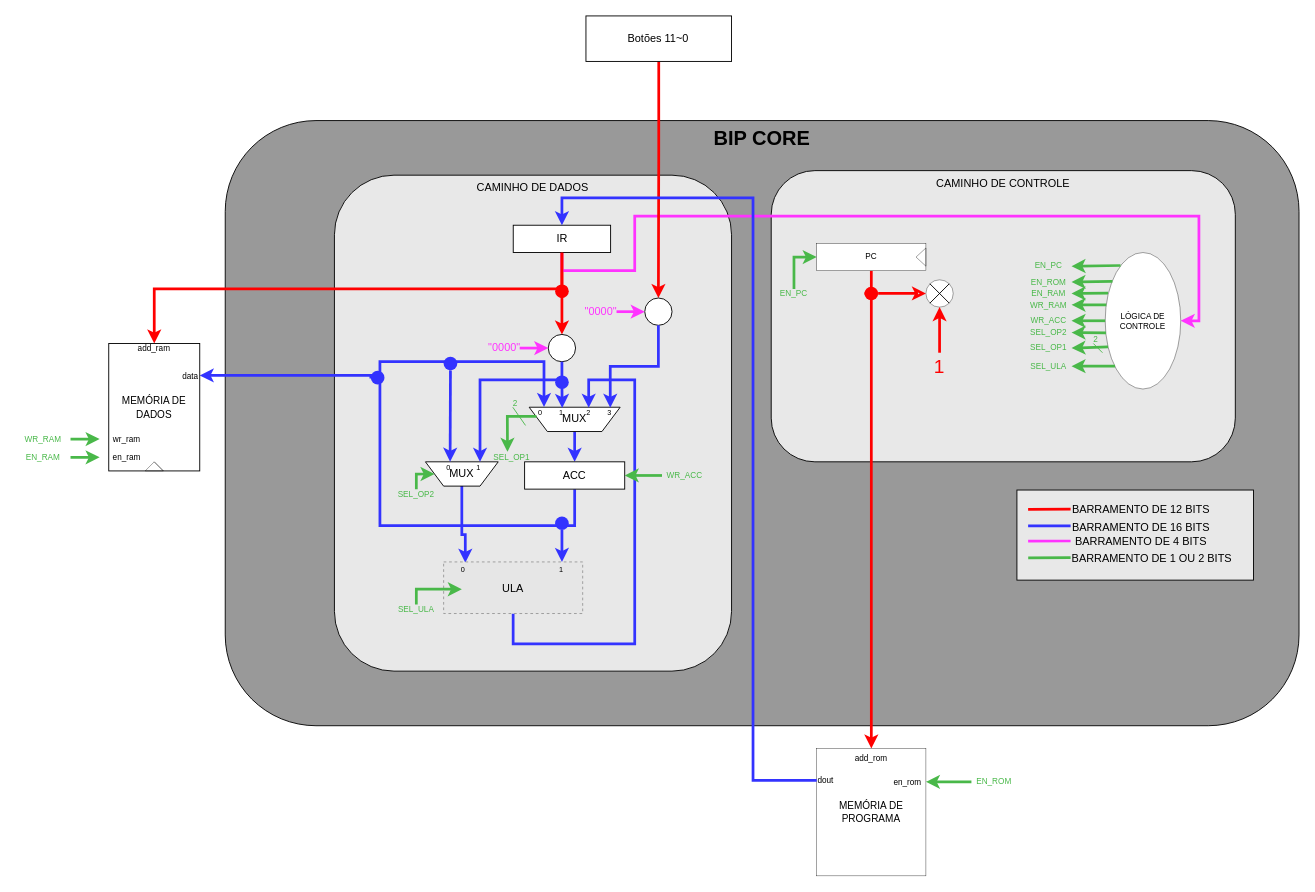
Above: BIP/Diagrama_do_Sistema.drawio in TarefasUFSC/Linguagem_E_Descricao_De_Hardware (draw.io), before the change. Source tidied: cells renumbered, new cells numbered last; positions are measured from the earlier drawing's top-left corner, leaving out a move shared by most shapes. Both pictures are drawn from the tidied source at 91%, with x=0, y=0 at pixel (15, 15). Pictures stored in the file or linked from it are replaced by grey dashed boxes.
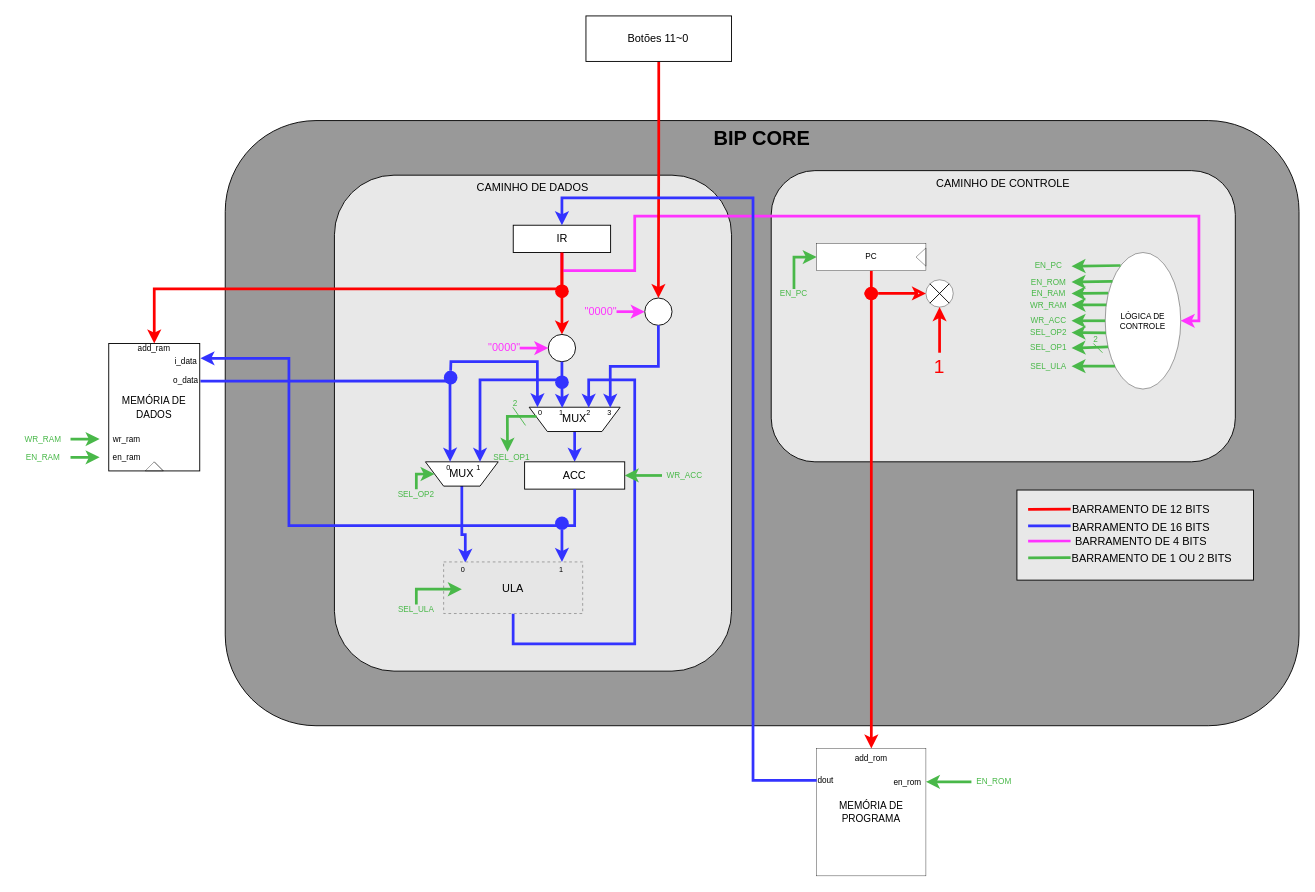
After the change.

The change refers to these unchanged cells:
```xml
<mxCell id="7" value="MUX" style="shape=trapezoid;perimeter=trapezoidPerimeter;whiteSpace=wrap;html=1;fixedSize=1;rotation=0;horizontal=1;direction=west;" parent="1" vertex="1">
  <mxGeometry x="450" y="490" width="80" height="26.7" as="geometry" />
</mxCell>
<mxCell id="9" value="MUX" style="shape=trapezoid;perimeter=trapezoidPerimeter;whiteSpace=wrap;html=1;fixedSize=1;rotation=0;horizontal=1;direction=west;" parent="1" vertex="1">
  <mxGeometry x="564" y="430" width="100" height="26.7" as="geometry" />
</mxCell>
<mxCell id="11" value="&lt;font style=&quot;font-size: 12px;&quot;&gt;ACC&lt;/font&gt;" style="rounded=0;whiteSpace=wrap;html=1;fontSize=1;" parent="1" vertex="1">
  <mxGeometry x="559" y="490" width="110" height="30" as="geometry" />
</mxCell>
<mxCell id="105" value="&lt;font style=&quot;font-size: 11px;&quot;&gt;MEMÓRIA DE DADOS&lt;/font&gt;" style="rounded=0;whiteSpace=wrap;html=1;" parent="104" vertex="1">
  <mxGeometry x="10" y="10" width="100" height="140" as="geometry" />
</mxCell>
<mxCell id="106" style="group;" parent="104" vertex="1">
  <mxGeometry width="130" height="150" as="geometry" />
</mxCell>
<mxCell id="125" value="&lt;font style=&quot;font-size: 8px;&quot;&gt;0&lt;/font&gt;" style="text;html=1;strokeColor=none;fillColor=none;align=center;verticalAlign=middle;whiteSpace=wrap;rounded=0;fontSize=12;fontColor=#000000;" parent="1" vertex="1">
  <mxGeometry x="570" y="430" width="12.5" height="10" as="geometry" />
</mxCell>
```

Diff of the diagram source:
```diff
@@
-    <mxCell id="10" style="edgeStyle=orthogonalEdgeStyle;rounded=0;jettySize=auto;html=1;exitX=0.5;exitY=1;exitDx=0;exitDy=0;entryX=0.837;entryY=1.01;entryDx=0;entryDy=0;entryPerimeter=0;fontSize=9;fontColor=#49B849;strokeColor=#3333FF;strokeWidth=3;" parent="1" edge="1" source="11" target="9">
-      <mxGeometry relative="1" as="geometry">
-        <Array as="points">
-          <mxPoint x="614" y="560" />
-          <mxPoint x="400" y="560" />
-          <mxPoint x="400" y="380" />
-          <mxPoint x="580" y="380" />
-        </Array>
-      </mxGeometry>
-    </mxCell>
@@
-    <mxCell id="33" style="edgeStyle=orthogonalEdgeStyle;rounded=0;jettySize=auto;html=1;entryX=1;entryY=0.25;entryDx=0;entryDy=0;fontSize=9;fontColor=#49B849;strokeColor=#3333FF;strokeWidth=3;" parent="1" edge="1" target="105">
+    <mxCell id="33" style="edgeStyle=orthogonalEdgeStyle;rounded=0;jettySize=auto;html=1;entryX=1.008;entryY=0.116;entryDx=0;entryDy=0;fontSize=9;fontColor=#49B849;strokeColor=#3333FF;strokeWidth=3;entryPerimeter=0;startArrow=none;exitX=0.5;exitY=1;exitDx=0;exitDy=0;" parent="1" edge="1" source="11" target="105">
       <mxGeometry relative="1" as="geometry">
-        <mxPoint x="390" y="395" as="sourcePoint" />
         <Array as="points">
-          <mxPoint x="400" y="397" />
-          <mxPoint x="400" y="395" />
+          <mxPoint x="614" y="560" />
+          <mxPoint x="300" y="560" />
+          <mxPoint x="300" y="376" />
         </Array>
       </mxGeometry>
     </mxCell>
-    <mxCell id="34" style="ellipse;whiteSpace=wrap;html=1;fontSize=9;fontColor=#49B849;strokeColor=none;fillColor=#3333FF;" parent="1" vertex="1">
-      <mxGeometry x="390" y="390" width="15" height="15" as="geometry" />
-    </mxCell>
-    <mxCell id="35" style="endArrow=classic;html=1;rounded=0;fontSize=9;fontColor=#49B849;strokeColor=#3333FF;strokeWidth=3;entryX=0.661;entryY=1.006;entryDx=0;entryDy=0;startArrow=none;entryPerimeter=0;" parent="1" edge="1" source="36" target="7">
-      <mxGeometry relative="1" as="geometry" />
+    <mxCell id="35" style="endArrow=classic;html=1;rounded=0;fontSize=9;fontColor=#49B849;strokeColor=#3333FF;strokeWidth=3;entryX=0.661;entryY=1.006;entryDx=0;entryDy=0;startArrow=none;entryPerimeter=0;exitX=1.008;exitY=0.295;exitDx=0;exitDy=0;exitPerimeter=0;" parent="1" edge="1" source="105" target="7">
+      <mxGeometry relative="1" as="geometry">
+        <Array as="points">
+          <mxPoint x="477" y="401" />
+          <mxPoint x="477" y="410" />
+        </Array>
+      </mxGeometry>
     </mxCell>
-    <mxCell id="36" style="ellipse;whiteSpace=wrap;html=1;fontSize=9;fontColor=#49B849;strokeColor=none;fillColor=#3333FF;" parent="1" vertex="1">
-      <mxGeometry x="470" y="374.5" width="15" height="15" as="geometry" />
-    </mxCell>
@@
-    <mxCell id="113" value="&lt;font style=&quot;font-size: 9px;&quot;&gt;data&lt;br&gt;&lt;/font&gt;" style="text;html=1;strokeColor=none;fillColor=none;align=center;verticalAlign=middle;whiteSpace=wrap;rounded=0;fontSize=12;fontColor=#000000;" parent="106" vertex="1">
-      <mxGeometry x="70" y="30" width="60" height="30" as="geometry" />
-    </mxCell>
@@
+    <mxCell id="133" value="&lt;font style=&quot;font-size: 9px;&quot;&gt;i_data&lt;br&gt;&lt;/font&gt;" style="text;html=1;strokeColor=none;fillColor=none;align=center;verticalAlign=middle;whiteSpace=wrap;rounded=0;fontSize=12;fontColor=#000000;" parent="1" vertex="1">
+      <mxGeometry x="152" y="364" width="70" height="30" as="geometry" />
+    </mxCell>
+    <mxCell id="134" value="&lt;font style=&quot;font-size: 9px;&quot;&gt;o_data&lt;br&gt;&lt;/font&gt;" style="text;html=1;strokeColor=none;fillColor=none;align=center;verticalAlign=middle;whiteSpace=wrap;rounded=0;fontSize=12;fontColor=#000000;" parent="1" vertex="1">
+      <mxGeometry x="152" y="385" width="70" height="30" as="geometry" />
+    </mxCell>
+    <mxCell id="135" style="endArrow=classic;html=1;rounded=0;strokeColor=#3333FF;strokeWidth=3;entryX=0.25;entryY=0;entryDx=0;entryDy=0;startArrow=none;" parent="1" edge="1" source="136" target="125">
+      <mxGeometry relative="1" as="geometry">
+        <Array as="points">
+          <mxPoint x="478" y="380" />
+          <mxPoint x="573" y="380" />
+        </Array>
+      </mxGeometry>
+    </mxCell>
+    <mxCell id="136" style="ellipse;whiteSpace=wrap;html=1;fontSize=9;fontColor=#49B849;strokeColor=none;fillColor=#3333FF;" parent="1" vertex="1">
+      <mxGeometry x="470.2" y="390" width="15" height="15" as="geometry" />
+    </mxCell>
+    <mxCell id="137" style="endArrow=none;html=1;rounded=0;strokeColor=#3333FF;strokeWidth=3;entryX=0.25;entryY=0;entryDx=0;entryDy=0;" parent="1" edge="1" target="136">
+      <mxGeometry relative="1" as="geometry">
+        <mxPoint x="480" y="400" as="sourcePoint" />
+      </mxGeometry>
+    </mxCell>
```
